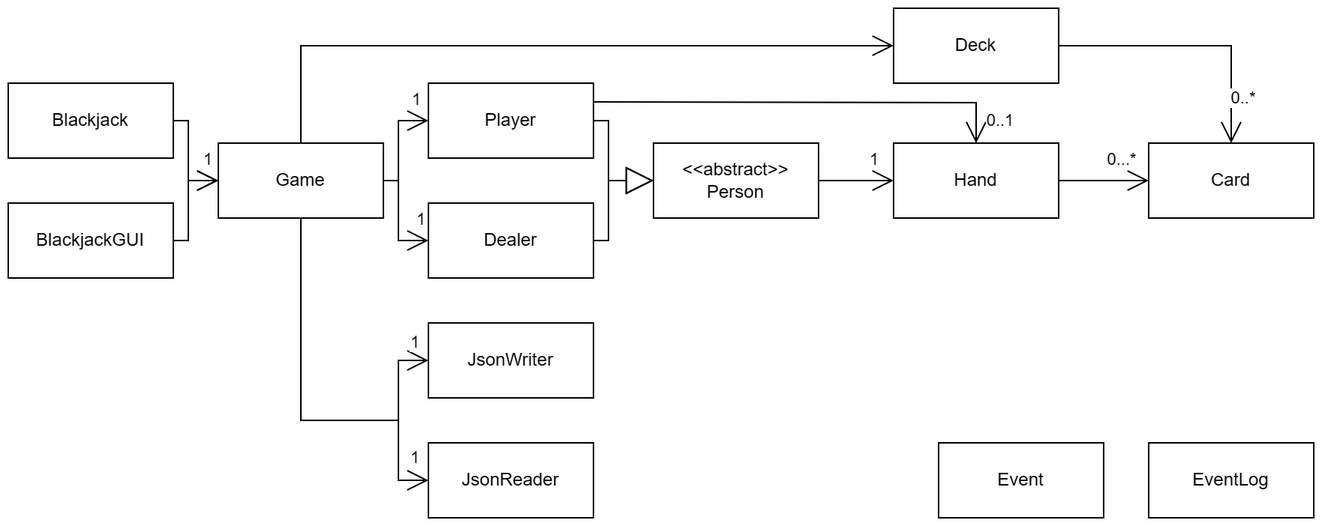
The draw.io diagram UML_Design_Diagram.png in rchanpra/blackjack, before a commit. Source tidied: cells renumbered, new cells last; positions are measured from the earlier drawing's top-left corner, leaving out a move shared by most shapes. Source of this version:
```xml
<mxGraphModel>
  <root>
    <mxCell id="0" />
    <mxCell id="1" parent="0" />
    <mxCell id="2" value="Player" style="html=1;whiteSpace=wrap;" parent="1" vertex="1">
      <mxGeometry x="280" y="50" width="110" height="50" as="geometry" />
    </mxCell>
    <mxCell id="3" value="Dealer" style="html=1;whiteSpace=wrap;" parent="1" vertex="1">
      <mxGeometry x="280" y="130" width="110" height="50" as="geometry" />
    </mxCell>
    <mxCell id="4" value="Hand" style="html=1;whiteSpace=wrap;" parent="1" vertex="1">
      <mxGeometry x="590" y="90" width="110" height="50" as="geometry" />
    </mxCell>
    <mxCell id="5" value="Card" style="html=1;whiteSpace=wrap;" parent="1" vertex="1">
      <mxGeometry x="760" y="90" width="110" height="50" as="geometry" />
    </mxCell>
    <mxCell id="6" value="Deck" style="html=1;whiteSpace=wrap;" parent="1" vertex="1">
      <mxGeometry x="590" width="110" height="50" as="geometry" />
    </mxCell>
    <mxCell id="7" value="Game" style="html=1;whiteSpace=wrap;" parent="1" vertex="1">
      <mxGeometry x="140" y="90" width="110" height="50" as="geometry" />
    </mxCell>
    <mxCell id="8" style="endArrow=block;endSize=16;endFill=0;html=1;rounded=0;exitX=0.5;exitY=0;exitDx=0;exitDy=0;" parent="1" edge="1" source="9">
      <mxGeometry relative="1" as="geometry">
        <mxPoint x="510" y="130" as="targetPoint" />
      </mxGeometry>
    </mxCell>
    <mxCell id="9" value="&amp;lt;&amp;lt;abstract&amp;gt;&amp;gt;&lt;br&gt;Person" style="html=1;whiteSpace=wrap;" parent="1" vertex="1">
      <mxGeometry x="430" y="90" width="110" height="50" as="geometry" />
    </mxCell>
    <mxCell id="10" style="endArrow=open;endFill=1;endSize=12;html=1;rounded=0;entryX=0;entryY=0.5;entryDx=0;entryDy=0;exitX=1;exitY=0.5;exitDx=0;exitDy=0;" parent="1" edge="1" source="9" target="4">
      <mxGeometry relative="1" as="geometry" />
    </mxCell>
    <mxCell id="11" value="1" style="edgeLabel;html=1;align=center;verticalAlign=middle;" parent="10" vertex="1">
      <mxGeometry x="0.69" y="1" relative="1" as="geometry">
        <mxPoint x="-6" y="-14" as="offset" />
      </mxGeometry>
    </mxCell>
    <mxCell id="12" style="endArrow=open;endFill=1;endSize=12;html=1;rounded=0;entryX=0;entryY=0.5;entryDx=0;entryDy=0;exitX=1;exitY=0.5;exitDx=0;exitDy=0;" parent="1" edge="1" source="4" target="5">
      <mxGeometry relative="1" as="geometry" />
    </mxCell>
    <mxCell id="13" value="0...*" style="edgeLabel;html=1;align=center;verticalAlign=middle;" parent="12" vertex="1">
      <mxGeometry x="0.79" y="2" relative="1" as="geometry">
        <mxPoint x="-13" y="-13" as="offset" />
      </mxGeometry>
    </mxCell>
    <mxCell id="14" style="endArrow=open;endFill=1;endSize=12;html=1;rounded=0;exitX=1;exitY=0.5;exitDx=0;exitDy=0;entryX=0.5;entryY=0;entryDx=0;entryDy=0;" parent="1" edge="1" source="6" target="5">
      <mxGeometry relative="1" as="geometry">
        <Array as="points">
          <mxPoint x="815" y="25" />
        </Array>
      </mxGeometry>
    </mxCell>
    <mxCell id="15" value="0..*" style="edgeLabel;html=1;align=center;verticalAlign=middle;" parent="14" vertex="1">
      <mxGeometry x="0.78" y="1" relative="1" as="geometry">
        <mxPoint x="6" y="-11" as="offset" />
      </mxGeometry>
    </mxCell>
    <mxCell id="16" style="endArrow=open;endFill=1;endSize=12;html=1;rounded=0;entryX=0;entryY=0.5;entryDx=0;entryDy=0;exitX=1;exitY=0.5;exitDx=0;exitDy=0;" parent="1" edge="1" source="7" target="3">
      <mxGeometry relative="1" as="geometry">
        <Array as="points">
          <mxPoint x="260" y="115" />
          <mxPoint x="260" y="130" />
          <mxPoint x="260" y="155" />
        </Array>
      </mxGeometry>
    </mxCell>
    <mxCell id="17" value="1" style="edgeLabel;html=1;align=center;verticalAlign=middle;" parent="16" vertex="1">
      <mxGeometry x="0.84" y="1" relative="1" as="geometry">
        <mxPoint y="-14" as="offset" />
      </mxGeometry>
    </mxCell>
    <mxCell id="18" style="endArrow=open;endFill=1;endSize=12;html=1;rounded=0;entryX=0;entryY=0.5;entryDx=0;entryDy=0;exitX=0.5;exitY=0;exitDx=0;exitDy=0;" parent="1" edge="1" source="7" target="6">
      <mxGeometry relative="1" as="geometry">
        <Array as="points">
          <mxPoint x="195" y="25" />
        </Array>
      </mxGeometry>
    </mxCell>
    <mxCell id="19" style="endArrow=block;endSize=16;endFill=0;html=1;rounded=0;exitX=1;exitY=0.5;exitDx=0;exitDy=0;entryX=0;entryY=0.5;entryDx=0;entryDy=0;" parent="1" edge="1" source="3" target="9">
      <mxGeometry relative="1" as="geometry">
        <Array as="points">
          <mxPoint x="400" y="155" />
          <mxPoint x="400" y="115" />
        </Array>
      </mxGeometry>
    </mxCell>
    <mxCell id="20" style="endArrow=block;endSize=16;endFill=0;html=1;rounded=0;entryX=0;entryY=0.5;entryDx=0;entryDy=0;exitX=1;exitY=0.5;exitDx=0;exitDy=0;" parent="1" edge="1" source="2" target="9">
      <mxGeometry relative="1" as="geometry">
        <Array as="points">
          <mxPoint x="400" y="75" />
          <mxPoint x="400" y="115" />
        </Array>
      </mxGeometry>
    </mxCell>
    <mxCell id="21" value="JsonReader" style="html=1;whiteSpace=wrap;" parent="1" vertex="1">
      <mxGeometry x="280" y="290" width="110" height="50" as="geometry" />
    </mxCell>
    <mxCell id="22" value="JsonWriter" style="html=1;whiteSpace=wrap;" parent="1" vertex="1">
      <mxGeometry x="280" y="210" width="110" height="50" as="geometry" />
    </mxCell>
    <mxCell id="23" value="BlackjackGUI" style="html=1;whiteSpace=wrap;" parent="1" vertex="1">
      <mxGeometry y="130" width="110" height="50" as="geometry" />
    </mxCell>
    <mxCell id="24" value="Blackjack" style="html=1;whiteSpace=wrap;" parent="1" vertex="1">
      <mxGeometry y="50" width="110" height="50" as="geometry" />
    </mxCell>
    <mxCell id="25" style="endArrow=open;endFill=1;endSize=12;html=1;rounded=0;entryX=0;entryY=0.5;entryDx=0;entryDy=0;exitX=1;exitY=0.5;exitDx=0;exitDy=0;" parent="1" edge="1" source="7" target="2">
      <mxGeometry relative="1" as="geometry">
        <Array as="points">
          <mxPoint x="260" y="115" />
          <mxPoint x="260" y="75" />
        </Array>
      </mxGeometry>
    </mxCell>
    <mxCell id="26" value="1" style="edgeLabel;html=1;align=center;verticalAlign=middle;" parent="25" vertex="1">
      <mxGeometry x="0.83" relative="1" as="geometry">
        <mxPoint x="-2" y="-15" as="offset" />
      </mxGeometry>
    </mxCell>
    <mxCell id="27" style="endArrow=open;endFill=1;endSize=12;html=1;rounded=0;exitX=0.5;exitY=1;exitDx=0;exitDy=0;entryX=0;entryY=0.5;entryDx=0;entryDy=0;" parent="1" edge="1" source="7" target="21">
      <mxGeometry relative="1" as="geometry">
        <Array as="points">
          <mxPoint x="195" y="275" />
          <mxPoint x="260" y="275" />
          <mxPoint x="260" y="290" />
          <mxPoint x="260" y="315" />
        </Array>
      </mxGeometry>
    </mxCell>
    <mxCell id="28" value="1" style="edgeLabel;html=1;align=center;verticalAlign=middle;" parent="27" vertex="1">
      <mxGeometry x="0.84" y="1" relative="1" as="geometry">
        <mxPoint x="9" y="-14" as="offset" />
      </mxGeometry>
    </mxCell>
    <mxCell id="29" style="endArrow=open;endFill=1;endSize=12;html=1;rounded=0;entryX=0;entryY=0.5;entryDx=0;entryDy=0;exitX=0.5;exitY=1;exitDx=0;exitDy=0;" parent="1" edge="1" source="7" target="22">
      <mxGeometry relative="1" as="geometry">
        <Array as="points">
          <mxPoint x="195" y="275" />
          <mxPoint x="260" y="275" />
          <mxPoint x="260" y="235" />
        </Array>
      </mxGeometry>
    </mxCell>
    <mxCell id="30" value="1" style="edgeLabel;html=1;align=center;verticalAlign=middle;" parent="29" vertex="1">
      <mxGeometry x="0.83" relative="1" as="geometry">
        <mxPoint x="10" y="-15" as="offset" />
      </mxGeometry>
    </mxCell>
    <mxCell id="31" style="endArrow=open;endFill=1;endSize=12;html=1;rounded=0;entryX=0;entryY=0.5;entryDx=0;entryDy=0;exitX=1;exitY=0.5;exitDx=0;exitDy=0;" parent="1" edge="1" source="24" target="7">
      <mxGeometry relative="1" as="geometry">
        <Array as="points">
          <mxPoint x="120" y="75" />
          <mxPoint x="120" y="115" />
        </Array>
      </mxGeometry>
    </mxCell>
    <mxCell id="32" value="1" style="edgeLabel;html=1;align=center;verticalAlign=middle;" parent="31" vertex="1">
      <mxGeometry x="0.83" relative="1" as="geometry">
        <mxPoint x="-1" y="-15" as="offset" />
      </mxGeometry>
    </mxCell>
    <mxCell id="33" style="endArrow=open;endFill=1;endSize=12;html=1;rounded=0;exitX=1;exitY=0.5;exitDx=0;exitDy=0;entryX=0;entryY=0.5;entryDx=0;entryDy=0;" parent="1" edge="1" source="23" target="7">
      <mxGeometry relative="1" as="geometry">
        <Array as="points">
          <mxPoint x="120" y="155" />
          <mxPoint x="120" y="115" />
        </Array>
      </mxGeometry>
    </mxCell>
    <mxCell id="34" value="1" style="edgeLabel;html=1;align=center;verticalAlign=middle;" parent="33" vertex="1">
      <mxGeometry x="0.83" relative="1" as="geometry">
        <mxPoint x="-1" y="-15" as="offset" />
      </mxGeometry>
    </mxCell>
    <mxCell id="35" style="endArrow=open;endFill=1;endSize=12;html=1;rounded=0;entryX=0.5;entryY=0;entryDx=0;entryDy=0;exitX=1;exitY=0.25;exitDx=0;exitDy=0;" parent="1" edge="1" source="2" target="4">
      <mxGeometry relative="1" as="geometry">
        <Array as="points">
          <mxPoint x="645" y="63" />
        </Array>
      </mxGeometry>
    </mxCell>
    <mxCell id="36" value="0..1" style="edgeLabel;html=1;align=center;verticalAlign=middle;" parent="35" vertex="1">
      <mxGeometry x="0.93" relative="1" as="geometry">
        <mxPoint x="15" y="-5" as="offset" />
      </mxGeometry>
    </mxCell>
    <mxCell id="37" value="Event" style="html=1;whiteSpace=wrap;" parent="1" vertex="1">
      <mxGeometry x="620" y="290" width="110" height="50" as="geometry" />
    </mxCell>
    <mxCell id="38" value="EventLog" style="html=1;whiteSpace=wrap;" parent="1" vertex="1">
      <mxGeometry x="760" y="290" width="110" height="50" as="geometry" />
    </mxCell>
  </root>
</mxGraphModel>
```
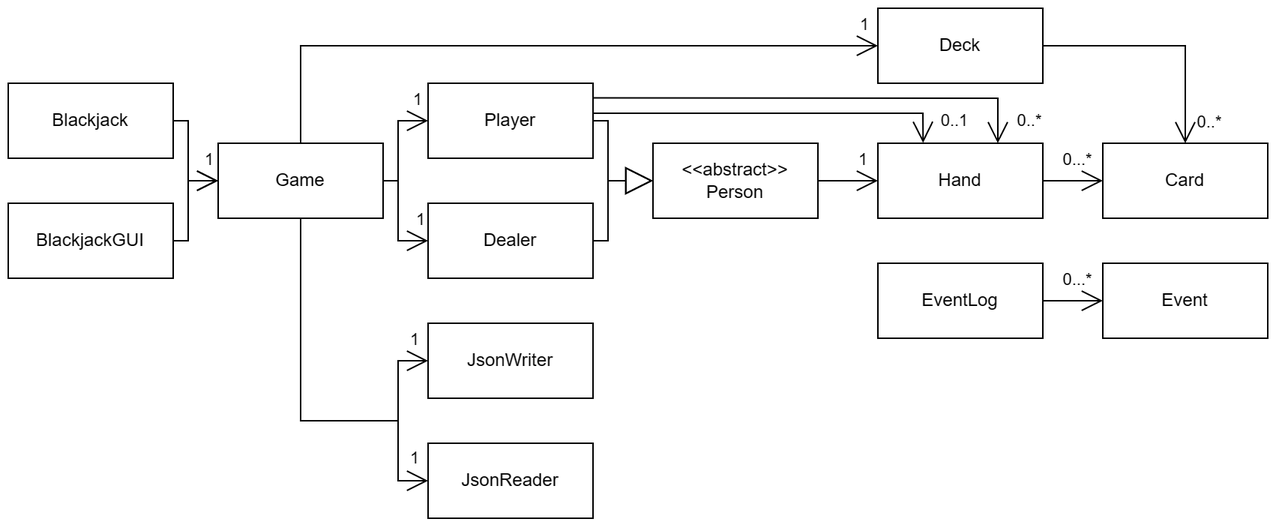
Later version of the same file.

Commit message:
Version 4.2.1 - Updated UML diagram

What changed in the source:
```diff
@@ -9,13 +9,13 @@
       <mxGeometry x="280" y="130" width="110" height="50" as="geometry" />
     </mxCell>
     <mxCell id="4" value="Hand" style="html=1;whiteSpace=wrap;" parent="1" vertex="1">
-      <mxGeometry x="590" y="90" width="110" height="50" as="geometry" />
+      <mxGeometry x="580" y="90" width="110" height="50" as="geometry" />
     </mxCell>
     <mxCell id="5" value="Card" style="html=1;whiteSpace=wrap;" parent="1" vertex="1">
-      <mxGeometry x="760" y="90" width="110" height="50" as="geometry" />
+      <mxGeometry x="730" y="90" width="110" height="50" as="geometry" />
     </mxCell>
     <mxCell id="6" value="Deck" style="html=1;whiteSpace=wrap;" parent="1" vertex="1">
-      <mxGeometry x="590" width="110" height="50" as="geometry" />
+      <mxGeometry x="580" width="110" height="50" as="geometry" />
     </mxCell>
     <mxCell id="7" value="Game" style="html=1;whiteSpace=wrap;" parent="1" vertex="1">
       <mxGeometry x="140" y="90" width="110" height="50" as="geometry" />
@@ -33,7 +33,7 @@
     </mxCell>
     <mxCell id="11" value="1" style="edgeLabel;html=1;align=center;verticalAlign=middle;" parent="10" vertex="1">
       <mxGeometry x="0.69" y="1" relative="1" as="geometry">
-        <mxPoint x="-6" y="-14" as="offset" />
+        <mxPoint x="-4" y="-14" as="offset" />
       </mxGeometry>
     </mxCell>
     <mxCell id="12" style="endArrow=open;endFill=1;endSize=12;html=1;rounded=0;entryX=0;entryY=0.5;entryDx=0;entryDy=0;exitX=1;exitY=0.5;exitDx=0;exitDy=0;" parent="1" edge="1" source="4" target="5">
@@ -47,13 +47,13 @@
     <mxCell id="14" style="endArrow=open;endFill=1;endSize=12;html=1;rounded=0;exitX=1;exitY=0.5;exitDx=0;exitDy=0;entryX=0.5;entryY=0;entryDx=0;entryDy=0;" parent="1" edge="1" source="6" target="5">
       <mxGeometry relative="1" as="geometry">
         <Array as="points">
-          <mxPoint x="815" y="25" />
+          <mxPoint x="785" y="25" />
         </Array>
       </mxGeometry>
     </mxCell>
     <mxCell id="15" value="0..*" style="edgeLabel;html=1;align=center;verticalAlign=middle;" parent="14" vertex="1">
       <mxGeometry x="0.78" y="1" relative="1" as="geometry">
-        <mxPoint x="6" y="-11" as="offset" />
+        <mxPoint x="14" y="2" as="offset" />
       </mxGeometry>
     </mxCell>
     <mxCell id="16" style="endArrow=open;endFill=1;endSize=12;html=1;rounded=0;entryX=0;entryY=0.5;entryDx=0;entryDy=0;exitX=1;exitY=0.5;exitDx=0;exitDy=0;" parent="1" edge="1" source="7" target="3">
@@ -77,6 +77,11 @@
         </Array>
       </mxGeometry>
     </mxCell>
+    <mxCell id="39" value="1" style="edgeLabel;html=1;align=center;verticalAlign=middle;" parent="18" vertex="1">
+      <mxGeometry x="0.96" y="5" relative="1" as="geometry">
+        <mxPoint y="-10" as="offset" />
+      </mxGeometry>
+    </mxCell>
     <mxCell id="19" style="endArrow=block;endSize=16;endFill=0;html=1;rounded=0;exitX=1;exitY=0.5;exitDx=0;exitDy=0;entryX=0;entryY=0.5;entryDx=0;entryDy=0;" parent="1" edge="1" source="3" target="9">
       <mxGeometry relative="1" as="geometry">
         <Array as="points">
@@ -144,7 +149,7 @@
     </mxCell>
     <mxCell id="30" value="1" style="edgeLabel;html=1;align=center;verticalAlign=middle;" parent="29" vertex="1">
       <mxGeometry x="0.83" relative="1" as="geometry">
-        <mxPoint x="10" y="-15" as="offset" />
+        <mxPoint x="10" y="-18" as="offset" />
       </mxGeometry>
     </mxCell>
     <mxCell id="31" style="endArrow=open;endFill=1;endSize=12;html=1;rounded=0;entryX=0;entryY=0.5;entryDx=0;entryDy=0;exitX=1;exitY=0.5;exitDx=0;exitDy=0;" parent="1" edge="1" source="24" target="7">
@@ -173,23 +178,43 @@
         <mxPoint x="-1" y="-15" as="offset" />
       </mxGeometry>
     </mxCell>
-    <mxCell id="35" style="endArrow=open;endFill=1;endSize=12;html=1;rounded=0;entryX=0.5;entryY=0;entryDx=0;entryDy=0;exitX=1;exitY=0.25;exitDx=0;exitDy=0;" parent="1" edge="1" source="2" target="4">
+    <mxCell id="35" style="endArrow=open;endFill=1;endSize=12;html=1;rounded=0;exitX=1.001;exitY=0.399;exitDx=0;exitDy=0;exitPerimeter=0;entryX=0.274;entryY=-0.005;entryDx=0;entryDy=0;entryPerimeter=0;" parent="1" edge="1" source="2" target="4">
       <mxGeometry relative="1" as="geometry">
         <Array as="points">
-          <mxPoint x="645" y="63" />
+          <mxPoint x="610" y="70" />
         </Array>
       </mxGeometry>
     </mxCell>
     <mxCell id="36" value="0..1" style="edgeLabel;html=1;align=center;verticalAlign=middle;" parent="35" vertex="1">
       <mxGeometry x="0.93" relative="1" as="geometry">
-        <mxPoint x="15" y="-5" as="offset" />
+        <mxPoint x="20" y="-6" as="offset" />
       </mxGeometry>
     </mxCell>
     <mxCell id="37" value="Event" style="html=1;whiteSpace=wrap;" parent="1" vertex="1">
-      <mxGeometry x="620" y="290" width="110" height="50" as="geometry" />
+      <mxGeometry x="730" y="170" width="110" height="50" as="geometry" />
     </mxCell>
     <mxCell id="38" value="EventLog" style="html=1;whiteSpace=wrap;" parent="1" vertex="1">
-      <mxGeometry x="760" y="290" width="110" height="50" as="geometry" />
+      <mxGeometry x="580" y="170" width="110" height="50" as="geometry" />
     </mxCell>
+    <mxCell id="40" style="endArrow=open;endFill=1;endSize=12;html=1;rounded=0;entryX=0;entryY=0.5;entryDx=0;entryDy=0;exitX=1;exitY=0.5;exitDx=0;exitDy=0;" parent="1" edge="1" source="38" target="37">
+      <mxGeometry relative="1" as="geometry" />
+    </mxCell>
+    <mxCell id="41" value="0...*" style="edgeLabel;html=1;align=center;verticalAlign=middle;" parent="40" vertex="1">
+      <mxGeometry x="0.79" y="2" relative="1" as="geometry">
+        <mxPoint x="-13" y="-13" as="offset" />
+      </mxGeometry>
+    </mxCell>
+    <mxCell id="42" style="endArrow=open;endFill=1;endSize=12;html=1;rounded=0;entryX=0.727;entryY=0;entryDx=0;entryDy=0;exitX=1.004;exitY=0.195;exitDx=0;exitDy=0;exitPerimeter=0;entryPerimeter=0;" parent="1" edge="1" source="2" target="4">
+      <mxGeometry relative="1" as="geometry">
+        <Array as="points">
+          <mxPoint x="660" y="60" />
+        </Array>
+      </mxGeometry>
+    </mxCell>
+    <mxCell id="43" value="0..*" style="edgeLabel;html=1;align=center;verticalAlign=middle;" parent="42" vertex="1">
+      <mxGeometry x="0.93" relative="1" as="geometry">
+        <mxPoint x="20" y="-4" as="offset" />
+      </mxGeometry>
+    </mxCell>
   </root>
 </mxGraphModel>
```
